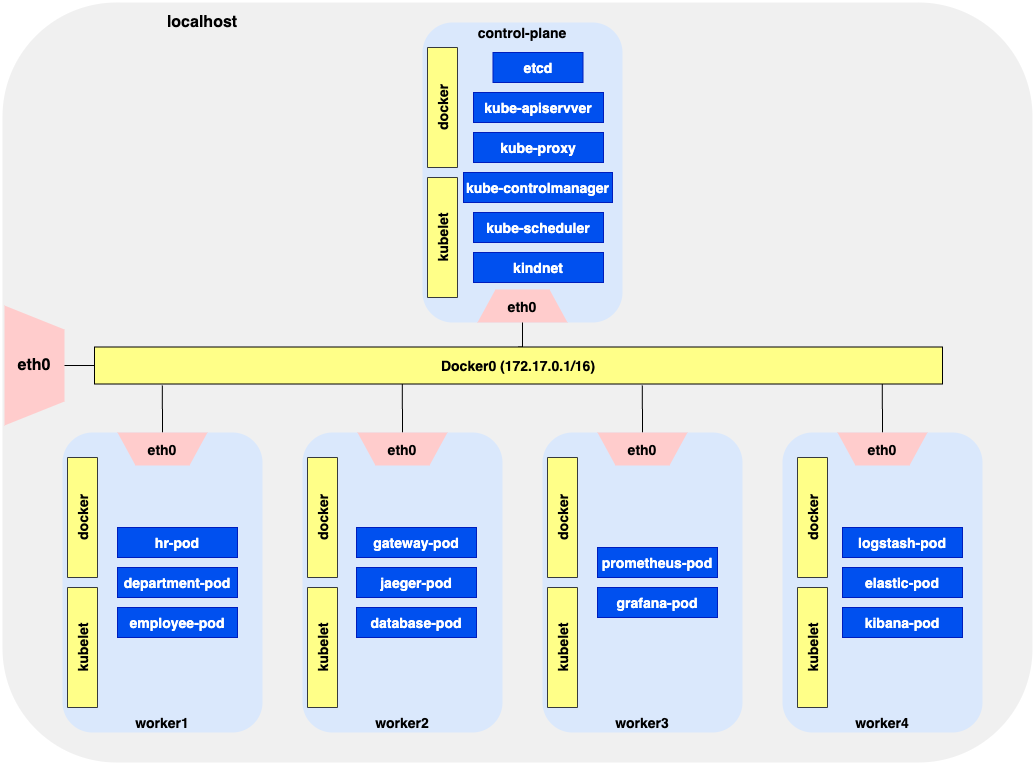
serrodcal-quarkus/quarkus-architecture keeps this draw.io diagram as img/physical.png. Above is the earlier version. Source tidied: cells renumbered, new cells last; positions are measured from the earlier drawing's top-left corner, leaving out a move shared by most shapes.
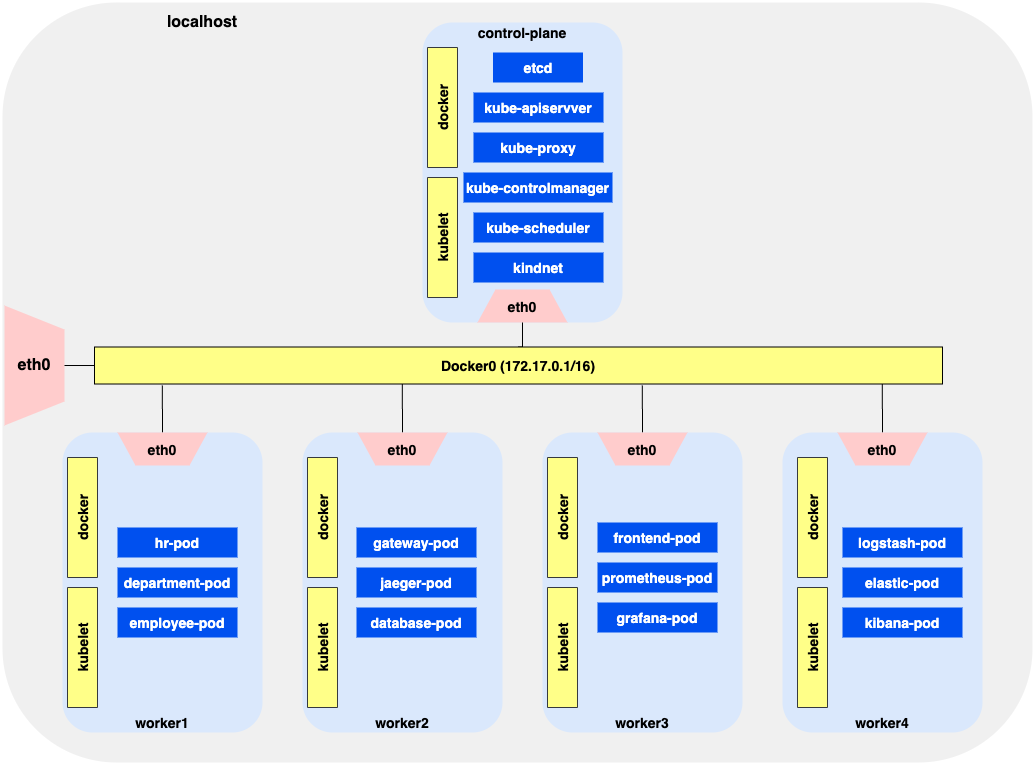
Later version of the same file.

Change to the diagram source:
```diff
@@ -122,56 +122,59 @@
     <mxCell id="41" value="Docker0 (172.17.0.1/16)" style="rounded=0;whiteSpace=wrap;html=1;fontSize=14;fillColor=#ffff88;strokeColor=#000000;fontStyle=1;rotation=0;" parent="1" vertex="1">
       <mxGeometry x="120" y="344.5" width="848" height="37" as="geometry" />
     </mxCell>
-    <mxCell id="42" value="etcd" style="rounded=0;whiteSpace=wrap;html=1;fontSize=14;fillColor=#0050ef;strokeColor=#001DBC;fontStyle=1;rotation=0;fontColor=#ffffff;" parent="1" vertex="1">
+    <mxCell id="42" value="etcd" style="rounded=0;whiteSpace=wrap;html=1;fontSize=14;fillColor=#0050ef;strokeColor=none;fontStyle=1;rotation=0;fontColor=#ffffff;" parent="1" vertex="1">
       <mxGeometry x="518.5" y="50" width="90" height="30" as="geometry" />
     </mxCell>
-    <mxCell id="43" value="kube-apiservver" style="rounded=0;whiteSpace=wrap;html=1;fontSize=14;fillColor=#0050ef;strokeColor=#001DBC;fontStyle=1;rotation=0;fontColor=#ffffff;" parent="1" vertex="1">
+    <mxCell id="43" value="kube-apiservver" style="rounded=0;whiteSpace=wrap;html=1;fontSize=14;fillColor=#0050ef;strokeColor=none;fontStyle=1;rotation=0;fontColor=#ffffff;" parent="1" vertex="1">
       <mxGeometry x="499" y="90" width="130" height="30" as="geometry" />
     </mxCell>
-    <mxCell id="44" value="kube-proxy" style="rounded=0;whiteSpace=wrap;html=1;fontSize=14;fillColor=#0050ef;strokeColor=#001DBC;fontStyle=1;rotation=0;fontColor=#ffffff;" parent="1" vertex="1">
+    <mxCell id="44" value="kube-proxy" style="rounded=0;whiteSpace=wrap;html=1;fontSize=14;fillColor=#0050ef;strokeColor=none;fontStyle=1;rotation=0;fontColor=#ffffff;" parent="1" vertex="1">
       <mxGeometry x="499" y="130" width="130" height="30" as="geometry" />
     </mxCell>
-    <mxCell id="45" value="kube-controlmanager" style="rounded=0;whiteSpace=wrap;html=1;fontSize=14;fillColor=#0050ef;strokeColor=#001DBC;fontStyle=1;rotation=0;fontColor=#ffffff;" parent="1" vertex="1">
+    <mxCell id="45" value="kube-controlmanager" style="rounded=0;whiteSpace=wrap;html=1;fontSize=14;fillColor=#0050ef;strokeColor=none;fontStyle=1;rotation=0;fontColor=#ffffff;" parent="1" vertex="1">
       <mxGeometry x="489" y="170" width="149" height="30" as="geometry" />
     </mxCell>
-    <mxCell id="46" value="kube-scheduler" style="rounded=0;whiteSpace=wrap;html=1;fontSize=14;fillColor=#0050ef;strokeColor=#001DBC;fontStyle=1;rotation=0;fontColor=#ffffff;" parent="1" vertex="1">
+    <mxCell id="46" value="kube-scheduler" style="rounded=0;whiteSpace=wrap;html=1;fontSize=14;fillColor=#0050ef;strokeColor=none;fontStyle=1;rotation=0;fontColor=#ffffff;" parent="1" vertex="1">
       <mxGeometry x="499" y="210" width="130" height="30" as="geometry" />
     </mxCell>
-    <mxCell id="47" value="kindnet" style="rounded=0;whiteSpace=wrap;html=1;fontSize=14;fillColor=#0050ef;strokeColor=#001DBC;fontStyle=1;rotation=0;fontColor=#ffffff;" parent="1" vertex="1">
+    <mxCell id="47" value="kindnet" style="rounded=0;whiteSpace=wrap;html=1;fontSize=14;fillColor=#0050ef;strokeColor=none;fontStyle=1;rotation=0;fontColor=#ffffff;" parent="1" vertex="1">
       <mxGeometry x="499" y="250" width="130" height="30" as="geometry" />
     </mxCell>
-    <mxCell id="48" value="database-pod" style="rounded=0;whiteSpace=wrap;html=1;fontSize=14;fillColor=#0050ef;strokeColor=#001DBC;fontStyle=1;rotation=0;fontColor=#ffffff;" parent="1" vertex="1">
+    <mxCell id="48" value="database-pod" style="rounded=0;whiteSpace=wrap;html=1;fontSize=14;fillColor=#0050ef;strokeColor=none;fontStyle=1;rotation=0;fontColor=#ffffff;" parent="1" vertex="1">
       <mxGeometry x="382" y="605" width="120" height="30" as="geometry" />
     </mxCell>
-    <mxCell id="49" value="employee-pod" style="rounded=0;whiteSpace=wrap;html=1;fontSize=14;fillColor=#0050ef;strokeColor=#001DBC;fontStyle=1;rotation=0;fontColor=#ffffff;" parent="1" vertex="1">
+    <mxCell id="49" value="employee-pod" style="rounded=0;whiteSpace=wrap;html=1;fontSize=14;fillColor=#0050ef;strokeColor=none;fontStyle=1;rotation=0;fontColor=#ffffff;" parent="1" vertex="1">
       <mxGeometry x="143" y="605" width="120" height="30" as="geometry" />
     </mxCell>
-    <mxCell id="50" value="department-pod" style="rounded=0;whiteSpace=wrap;html=1;fontSize=14;fillColor=#0050ef;strokeColor=#001DBC;fontStyle=1;rotation=0;fontColor=#ffffff;" parent="1" vertex="1">
+    <mxCell id="50" value="department-pod" style="rounded=0;whiteSpace=wrap;html=1;fontSize=14;fillColor=#0050ef;strokeColor=none;fontStyle=1;rotation=0;fontColor=#ffffff;" parent="1" vertex="1">
       <mxGeometry x="143" y="565" width="120" height="30" as="geometry" />
     </mxCell>
-    <mxCell id="51" value="hr-pod" style="rounded=0;whiteSpace=wrap;html=1;fontSize=14;fillColor=#0050ef;strokeColor=#001DBC;fontStyle=1;rotation=0;fontColor=#ffffff;" parent="1" vertex="1">
+    <mxCell id="51" value="hr-pod" style="rounded=0;whiteSpace=wrap;html=1;fontSize=14;fillColor=#0050ef;strokeColor=none;fontStyle=1;rotation=0;fontColor=#ffffff;" parent="1" vertex="1">
       <mxGeometry x="143" y="525" width="120" height="30" as="geometry" />
     </mxCell>
-    <mxCell id="52" value="jaeger-pod" style="rounded=0;whiteSpace=wrap;html=1;fontSize=14;fillColor=#0050ef;strokeColor=#001DBC;fontStyle=1;rotation=0;fontColor=#ffffff;" parent="1" vertex="1">
+    <mxCell id="52" value="jaeger-pod" style="rounded=0;whiteSpace=wrap;html=1;fontSize=14;fillColor=#0050ef;strokeColor=none;fontStyle=1;rotation=0;fontColor=#ffffff;" parent="1" vertex="1">
       <mxGeometry x="382" y="565" width="120" height="30" as="geometry" />
     </mxCell>
-    <mxCell id="53" value="gateway-pod" style="rounded=0;whiteSpace=wrap;html=1;fontSize=14;fillColor=#0050ef;strokeColor=#001DBC;fontStyle=1;rotation=0;fontColor=#ffffff;" parent="1" vertex="1">
+    <mxCell id="53" value="gateway-pod" style="rounded=0;whiteSpace=wrap;html=1;fontSize=14;fillColor=#0050ef;strokeColor=none;fontStyle=1;rotation=0;fontColor=#ffffff;" parent="1" vertex="1">
       <mxGeometry x="382" y="525" width="120" height="30" as="geometry" />
     </mxCell>
-    <mxCell id="54" value="grafana-pod" style="rounded=0;whiteSpace=wrap;html=1;fontSize=14;fillColor=#0050ef;strokeColor=#001DBC;fontStyle=1;rotation=0;fontColor=#ffffff;" parent="1" vertex="1">
-      <mxGeometry x="623" y="585" width="120" height="30" as="geometry" />
+    <mxCell id="54" value="grafana-pod" style="rounded=0;whiteSpace=wrap;html=1;fontSize=14;fillColor=#0050ef;strokeColor=none;fontStyle=1;rotation=0;fontColor=#ffffff;" parent="1" vertex="1">
+      <mxGeometry x="623" y="600" width="120" height="30" as="geometry" />
     </mxCell>
-    <mxCell id="55" value="prometheus-pod" style="rounded=0;whiteSpace=wrap;html=1;fontSize=14;fillColor=#0050ef;strokeColor=#001DBC;fontStyle=1;rotation=0;fontColor=#ffffff;" parent="1" vertex="1">
-      <mxGeometry x="623" y="545" width="120" height="30" as="geometry" />
+    <mxCell id="55" value="prometheus-pod" style="rounded=0;whiteSpace=wrap;html=1;fontSize=14;fillColor=#0050ef;strokeColor=none;fontStyle=1;rotation=0;fontColor=#ffffff;" parent="1" vertex="1">
+      <mxGeometry x="623" y="560" width="120" height="30" as="geometry" />
     </mxCell>
-    <mxCell id="56" value="kibana-pod" style="rounded=0;whiteSpace=wrap;html=1;fontSize=14;fillColor=#0050ef;strokeColor=#001DBC;fontStyle=1;rotation=0;fontColor=#ffffff;" parent="1" vertex="1">
+    <mxCell id="56" value="kibana-pod" style="rounded=0;whiteSpace=wrap;html=1;fontSize=14;fillColor=#0050ef;strokeColor=none;fontStyle=1;rotation=0;fontColor=#ffffff;" parent="1" vertex="1">
       <mxGeometry x="868" y="605" width="120" height="30" as="geometry" />
     </mxCell>
-    <mxCell id="57" value="elastic-pod" style="rounded=0;whiteSpace=wrap;html=1;fontSize=14;fillColor=#0050ef;strokeColor=#001DBC;fontStyle=1;rotation=0;fontColor=#ffffff;" parent="1" vertex="1">
+    <mxCell id="57" value="elastic-pod" style="rounded=0;whiteSpace=wrap;html=1;fontSize=14;fillColor=#0050ef;strokeColor=none;fontStyle=1;rotation=0;fontColor=#ffffff;" parent="1" vertex="1">
       <mxGeometry x="868" y="565" width="120" height="30" as="geometry" />
     </mxCell>
-    <mxCell id="58" value="logstash-pod" style="rounded=0;whiteSpace=wrap;html=1;fontSize=14;fillColor=#0050ef;strokeColor=#001DBC;fontStyle=1;rotation=0;fontColor=#ffffff;" parent="1" vertex="1">
+    <mxCell id="58" value="logstash-pod" style="rounded=0;whiteSpace=wrap;html=1;fontSize=14;fillColor=#0050ef;strokeColor=none;fontStyle=1;rotation=0;fontColor=#ffffff;" parent="1" vertex="1">
       <mxGeometry x="868" y="525" width="120" height="30" as="geometry" />
     </mxCell>
+    <mxCell id="59" value="frontend-pod" style="rounded=0;whiteSpace=wrap;html=1;fontSize=14;fillColor=#0050ef;strokeColor=none;fontStyle=1;rotation=0;fontColor=#ffffff;" parent="1" vertex="1">
+      <mxGeometry x="623" y="520" width="120" height="30" as="geometry" />
+    </mxCell>
   </root>
 </mxGraphModel>
```
